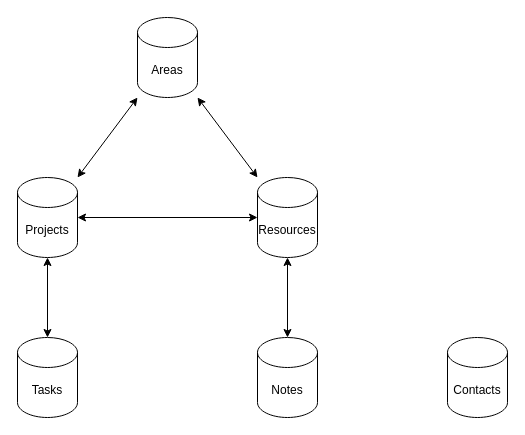
Above: Untitled Diagram.drawio in tomboo/diagrams (draw.io), before the change. Source tidied: cells renumbered, new cells numbered last; positions are measured from the earlier drawing's top-left corner, leaving out a move shared by most shapes. Both pictures are drawn from the tidied source at 100%, with x=0, y=0 at pixel (17, 17).
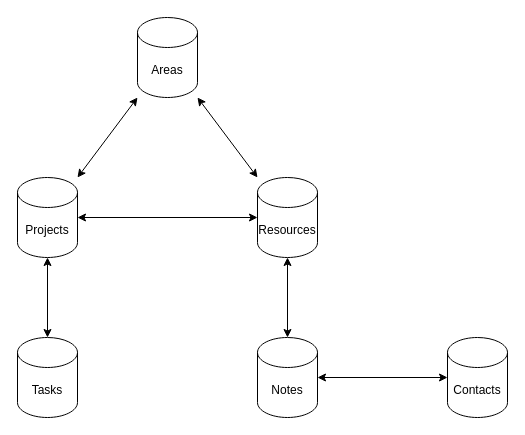
After the change.

The edit, as a diff of the source:
```diff
@@
 <mxGraphModel>
   <root>
     <mxCell id="0" />
     <mxCell id="1" parent="0" />
     <mxCell id="2" value="Areas" style="shape=cylinder3;whiteSpace=wrap;html=1;boundedLbl=1;backgroundOutline=1;size=15;" parent="1" vertex="1">
       <mxGeometry x="120" width="60" height="80" as="geometry" />
     </mxCell>
     <mxCell id="3" value="Projects" style="shape=cylinder3;whiteSpace=wrap;html=1;boundedLbl=1;backgroundOutline=1;size=15;" parent="1" vertex="1">
       <mxGeometry y="160" width="60" height="80" as="geometry" />
     </mxCell>
     <mxCell id="4" value="Tasks" style="shape=cylinder3;whiteSpace=wrap;html=1;boundedLbl=1;backgroundOutline=1;size=15;" parent="1" vertex="1">
       <mxGeometry y="320" width="60" height="80" as="geometry" />
     </mxCell>
     <mxCell id="5" style="endArrow=classic;startArrow=classic;html=1;rounded=0;" parent="1" edge="1" source="4" target="3">
       <mxGeometry relative="1" as="geometry" />
     </mxCell>
     <mxCell id="6" style="endArrow=classic;startArrow=classic;html=1;rounded=0;" parent="1" edge="1" source="3" target="2">
       <mxGeometry relative="1" as="geometry" />
     </mxCell>
     <mxCell id="7" value="Resources" style="shape=cylinder3;whiteSpace=wrap;html=1;boundedLbl=1;backgroundOutline=1;size=15;" parent="1" vertex="1">
       <mxGeometry x="240" y="160" width="60" height="80" as="geometry" />
     </mxCell>
     <mxCell id="8" style="endArrow=classic;startArrow=classic;html=1;rounded=0;" parent="1" edge="1" source="7" target="2">
       <mxGeometry relative="1" as="geometry" />
     </mxCell>
     <mxCell id="9" value="Notes" style="shape=cylinder3;whiteSpace=wrap;html=1;boundedLbl=1;backgroundOutline=1;size=15;" parent="1" vertex="1">
       <mxGeometry x="240" y="320" width="60" height="80" as="geometry" />
     </mxCell>
     <mxCell id="10" style="endArrow=classic;startArrow=classic;html=1;rounded=0;" parent="1" edge="1" source="9" target="7">
       <mxGeometry relative="1" as="geometry" />
     </mxCell>
     <mxCell id="11" style="endArrow=classic;startArrow=classic;html=1;rounded=0;" parent="1" edge="1" source="3" target="7">
       <mxGeometry relative="1" as="geometry" />
     </mxCell>
     <mxCell id="12" value="Contacts" style="shape=cylinder3;whiteSpace=wrap;html=1;boundedLbl=1;backgroundOutline=1;size=15;" parent="1" vertex="1">
       <mxGeometry x="430" y="320" width="60" height="80" as="geometry" />
     </mxCell>
+    <mxCell id="13" style="endArrow=classic;startArrow=classic;html=1;rounded=0;" parent="1" edge="1" source="9" target="12">
+      <mxGeometry relative="1" as="geometry" />
+    </mxCell>
   </root>
 </mxGraphModel>
```
